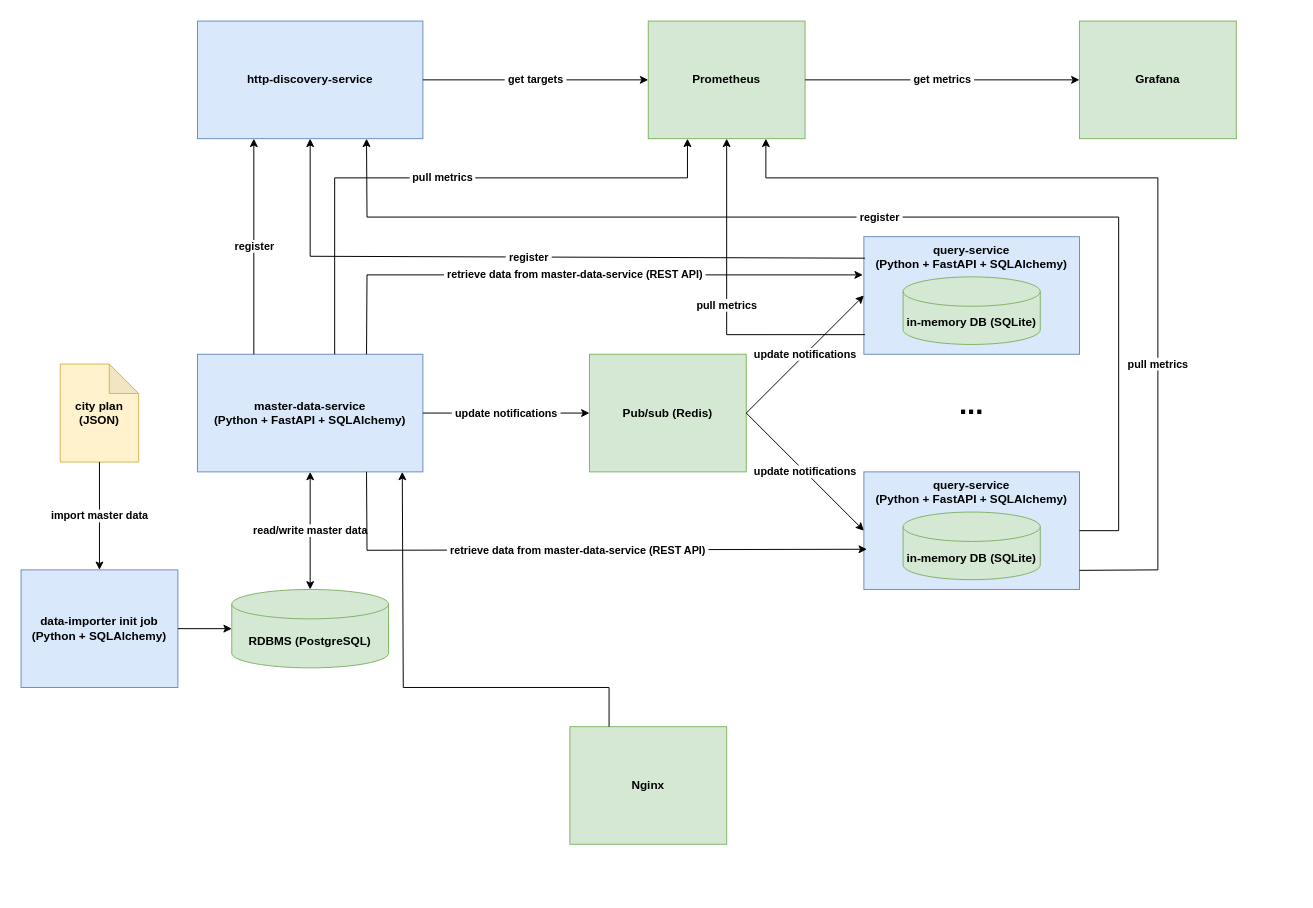
The draw.io diagram page "Docker Compose" (2 of 5) of diagrams/diagrams.drawio in Jardo72/City-Navigator, before the edit. Source tidied: cells renumbered, new cells numbered last; positions are measured from the earlier drawing's top-left corner, leaving out a move shared by most shapes. Both pictures are drawn from the tidied source at 98%, with x=0, y=0 at pixel (21, 21).
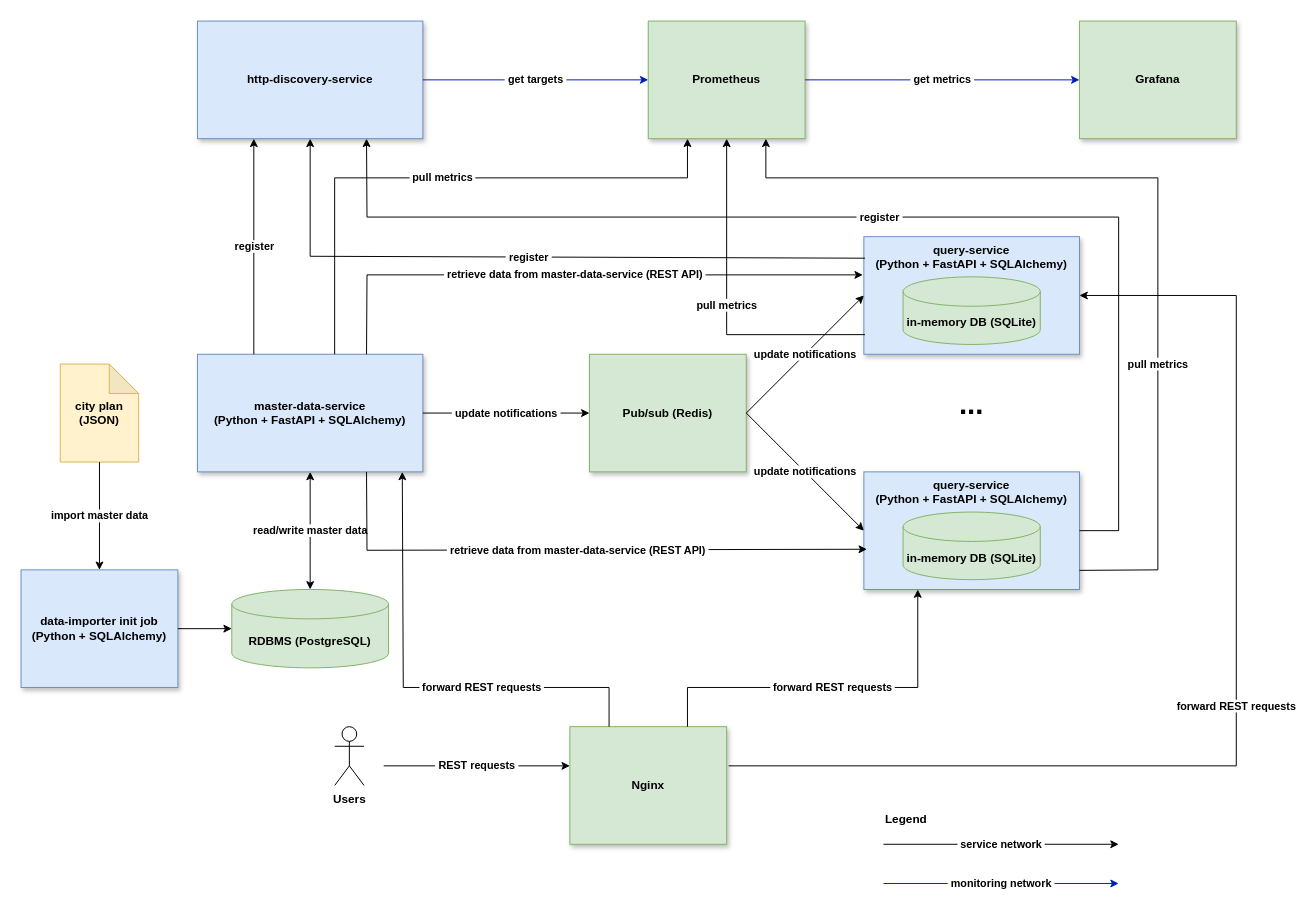
The same diagram, later.

Change to the diagram source:
```diff
@@
-    <mxCell id="2" value="query-service&lt;br&gt;(Python + FastAPI + SQLAlchemy)" style="rounded=0;whiteSpace=wrap;html=1;verticalAlign=top;fontStyle=1;fillColor=#dae8fc;strokeColor=#6c8ebf;" parent="1" vertex="1">
+    <mxCell id="2" value="query-service&lt;br&gt;(Python + FastAPI + SQLAlchemy)" style="rounded=0;whiteSpace=wrap;html=1;verticalAlign=top;fontStyle=1;fillColor=#dae8fc;strokeColor=#6c8ebf;shadow=1;" parent="1" vertex="1">
       <mxGeometry x="860" y="220" width="220" height="120" as="geometry" />
     </mxCell>
-    <mxCell id="3" value="master-data-service&lt;br&gt;(Python + FastAPI + SQLAlchemy)" style="rounded=0;whiteSpace=wrap;html=1;fontStyle=1;fillColor=#dae8fc;strokeColor=#6c8ebf;" parent="1" vertex="1">
+    <mxCell id="3" value="master-data-service&lt;br&gt;(Python + FastAPI + SQLAlchemy)" style="rounded=0;whiteSpace=wrap;html=1;fontStyle=1;fillColor=#dae8fc;strokeColor=#6c8ebf;shadow=1;" parent="1" vertex="1">
       <mxGeometry x="180" y="340" width="230" height="120" as="geometry" />
     </mxCell>
@@
-    <mxCell id="6" value="Pub/sub (Redis)" style="rounded=0;whiteSpace=wrap;html=1;fontStyle=1;fillColor=#d5e8d4;strokeColor=#82b366;" parent="1" vertex="1">
+    <mxCell id="6" value="Pub/sub (Redis)" style="rounded=0;whiteSpace=wrap;html=1;fontStyle=1;fillColor=#d5e8d4;strokeColor=#82b366;shadow=1;" parent="1" vertex="1">
       <mxGeometry x="580" y="340" width="160" height="120" as="geometry" />
     </mxCell>
@@
-    <mxCell id="8" value="query-service&lt;br&gt;(Python + FastAPI + SQLAlchemy)" style="rounded=0;whiteSpace=wrap;html=1;verticalAlign=top;fontStyle=1;fillColor=#dae8fc;strokeColor=#6c8ebf;" parent="1" vertex="1">
+    <mxCell id="8" value="query-service&lt;br&gt;(Python + FastAPI + SQLAlchemy)" style="rounded=0;whiteSpace=wrap;html=1;verticalAlign=top;fontStyle=1;fillColor=#dae8fc;strokeColor=#6c8ebf;shadow=1;" parent="1" vertex="1">
       <mxGeometry x="860" y="460" width="220" height="120" as="geometry" />
     </mxCell>
@@
-    <mxCell id="13" value="data-importer init job&lt;br&gt;(Python + SQLAlchemy)" style="rounded=0;whiteSpace=wrap;html=1;fontStyle=1;fillColor=#dae8fc;strokeColor=#6c8ebf;" parent="1" vertex="1">
+    <mxCell id="13" value="data-importer init job&lt;br&gt;(Python + SQLAlchemy)" style="rounded=0;whiteSpace=wrap;html=1;fontStyle=1;fillColor=#dae8fc;strokeColor=#6c8ebf;shadow=1;" parent="1" vertex="1">
       <mxGeometry y="560" width="160" height="120" as="geometry" />
     </mxCell>
@@
-    <mxCell id="20" value="Prometheus" style="rounded=0;whiteSpace=wrap;html=1;fontStyle=1;fillColor=#d5e8d4;strokeColor=#82b366;" parent="1" vertex="1">
+    <mxCell id="20" value="Prometheus" style="rounded=0;whiteSpace=wrap;html=1;fontStyle=1;fillColor=#d5e8d4;strokeColor=#82b366;shadow=1;" parent="1" vertex="1">
       <mxGeometry x="640" width="160" height="120" as="geometry" />
     </mxCell>
-    <mxCell id="21" value="Grafana" style="rounded=0;whiteSpace=wrap;html=1;fontStyle=1;fillColor=#d5e8d4;strokeColor=#82b366;" parent="1" vertex="1">
+    <mxCell id="21" value="Grafana" style="rounded=0;whiteSpace=wrap;html=1;fontStyle=1;fillColor=#d5e8d4;strokeColor=#82b366;shadow=1;" parent="1" vertex="1">
       <mxGeometry x="1080" width="160" height="120" as="geometry" />
     </mxCell>
-    <mxCell id="22" value="http-discovery-service" style="rounded=0;whiteSpace=wrap;html=1;fontStyle=1;fillColor=#dae8fc;strokeColor=#6c8ebf;" parent="1" vertex="1">
+    <mxCell id="22" value="http-discovery-service" style="rounded=0;whiteSpace=wrap;html=1;fontStyle=1;fillColor=#dae8fc;strokeColor=#6c8ebf;shadow=1;" parent="1" vertex="1">
       <mxGeometry x="180" width="230" height="120" as="geometry" />
     </mxCell>
@@
-    <mxCell id="25" value="&amp;nbsp;get targets&amp;nbsp;" style="endArrow=classic;html=1;rounded=0;entryX=0;entryY=0.5;entryDx=0;entryDy=0;fontStyle=1;" parent="1" edge="1" target="20">
+    <mxCell id="25" value="&amp;nbsp;get targets&amp;nbsp;" style="endArrow=classic;html=1;rounded=0;entryX=0;entryY=0.5;entryDx=0;entryDy=0;fontStyle=1;fillColor=#0050ef;strokeColor=#001DBC;" parent="1" edge="1" target="20">
       <mxGeometry relative="1" as="geometry">
         <mxPoint x="410" y="60" as="sourcePoint" />
       </mxGeometry>
     </mxCell>
-    <mxCell id="26" value="&amp;nbsp;get metrics&amp;nbsp;" style="endArrow=classic;html=1;rounded=0;entryX=0;entryY=0.5;entryDx=0;entryDy=0;fontStyle=1;exitX=1;exitY=0.5;exitDx=0;exitDy=0;" parent="1" edge="1" source="20" target="21">
+    <mxCell id="26" value="&amp;nbsp;get metrics&amp;nbsp;" style="endArrow=classic;html=1;rounded=0;entryX=0;entryY=0.5;entryDx=0;entryDy=0;fontStyle=1;exitX=1;exitY=0.5;exitDx=0;exitDy=0;fillColor=#0050ef;strokeColor=#001DBC;" parent="1" edge="1" source="20" target="21">
       <mxGeometry relative="1" as="geometry" />
     </mxCell>
@@
-    <mxCell id="31" value="Nginx" style="rounded=0;whiteSpace=wrap;html=1;fontStyle=1;fillColor=#d5e8d4;strokeColor=#82b366;" parent="1" vertex="1">
+    <mxCell id="31" value="Nginx" style="rounded=0;whiteSpace=wrap;html=1;fontStyle=1;fillColor=#d5e8d4;strokeColor=#82b366;shadow=1;" parent="1" vertex="1">
       <mxGeometry x="560" y="720" width="160" height="120" as="geometry" />
     </mxCell>
-    <mxCell id="32" style="endArrow=classic;html=1;rounded=0;exitX=0.25;exitY=0;exitDx=0;exitDy=0;" parent="1" edge="1" source="31">
-      <mxGeometry relative="1" as="geometry">
+    <mxCell id="32" value="&lt;b&gt;&amp;nbsp;forward REST requests&amp;nbsp;&lt;/b&gt;" style="endArrow=classic;html=1;rounded=0;exitX=0.25;exitY=0;exitDx=0;exitDy=0;" parent="1" edge="1" source="31">
+      <mxGeometry x="-0.28" relative="1" as="geometry">
         <mxPoint x="389" y="460" as="targetPoint" />
         <Array as="points">
           <mxPoint x="600" y="680" />
           <mxPoint x="390" y="680" />
         </Array>
+        <mxPoint x="-1" as="offset" />
       </mxGeometry>
     </mxCell>
+    <mxCell id="33" value="&lt;b&gt;&amp;nbsp;forward REST requests&amp;nbsp;&lt;/b&gt;" style="endArrow=classic;html=1;rounded=0;entryX=0.25;entryY=1;entryDx=0;entryDy=0;" parent="1" edge="1" target="8">
+      <mxGeometry relative="1" as="geometry">
+        <mxPoint x="680" y="720" as="sourcePoint" />
+        <Array as="points">
+          <mxPoint x="680" y="680" />
+          <mxPoint x="915" y="680" />
+        </Array>
+      </mxGeometry>
+    </mxCell>
+    <mxCell id="34" value="&lt;b&gt;forward REST requests&lt;/b&gt;" style="endArrow=classic;html=1;rounded=0;entryX=1;entryY=0.5;entryDx=0;entryDy=0;" parent="1" edge="1" target="2">
+      <mxGeometry relative="1" as="geometry">
+        <mxPoint x="722" y="760" as="sourcePoint" />
+        <Array as="points">
+          <mxPoint x="1240" y="760" />
+          <mxPoint x="1240" y="280" />
+        </Array>
+      </mxGeometry>
+    </mxCell>
+    <mxCell id="35" value="Users" style="shape=umlActor;verticalLabelPosition=bottom;verticalAlign=top;html=1;fontStyle=1;" parent="1" vertex="1">
+      <mxGeometry x="320" y="720" width="30" height="60" as="geometry" />
+    </mxCell>
+    <mxCell id="36" value="&lt;b&gt;&amp;nbsp;REST requests&amp;nbsp;&lt;/b&gt;" style="endArrow=classic;html=1;rounded=0;" parent="1" edge="1">
+      <mxGeometry relative="1" as="geometry">
+        <mxPoint x="370" y="760" as="sourcePoint" />
+        <mxPoint x="560" y="760" as="targetPoint" />
+      </mxGeometry>
+    </mxCell>
+    <mxCell id="37" value="&lt;b&gt;&amp;nbsp;service network&amp;nbsp;&lt;/b&gt;" style="endArrow=classic;html=1;rounded=0;" parent="1" edge="1">
+      <mxGeometry relative="1" as="geometry">
+        <mxPoint x="880" y="840" as="sourcePoint" />
+        <mxPoint x="1120" y="840" as="targetPoint" />
+      </mxGeometry>
+    </mxCell>
+    <mxCell id="38" value="&lt;b&gt;&amp;nbsp;monitoring network&amp;nbsp;&lt;/b&gt;" style="endArrow=classic;html=1;rounded=0;fillColor=#0050ef;strokeColor=#001DBC;" parent="1" edge="1">
+      <mxGeometry relative="1" as="geometry">
+        <mxPoint x="880" y="880" as="sourcePoint" />
+        <mxPoint x="1120" y="880" as="targetPoint" />
+      </mxGeometry>
+    </mxCell>
+    <mxCell id="39" value="Legend" style="text;html=1;whiteSpace=wrap;strokeColor=none;fillColor=none;align=left;verticalAlign=middle;rounded=0;fontStyle=1;" parent="1" vertex="1">
+      <mxGeometry x="880" y="800" width="120" height="30" as="geometry" />
+    </mxCell>
```
